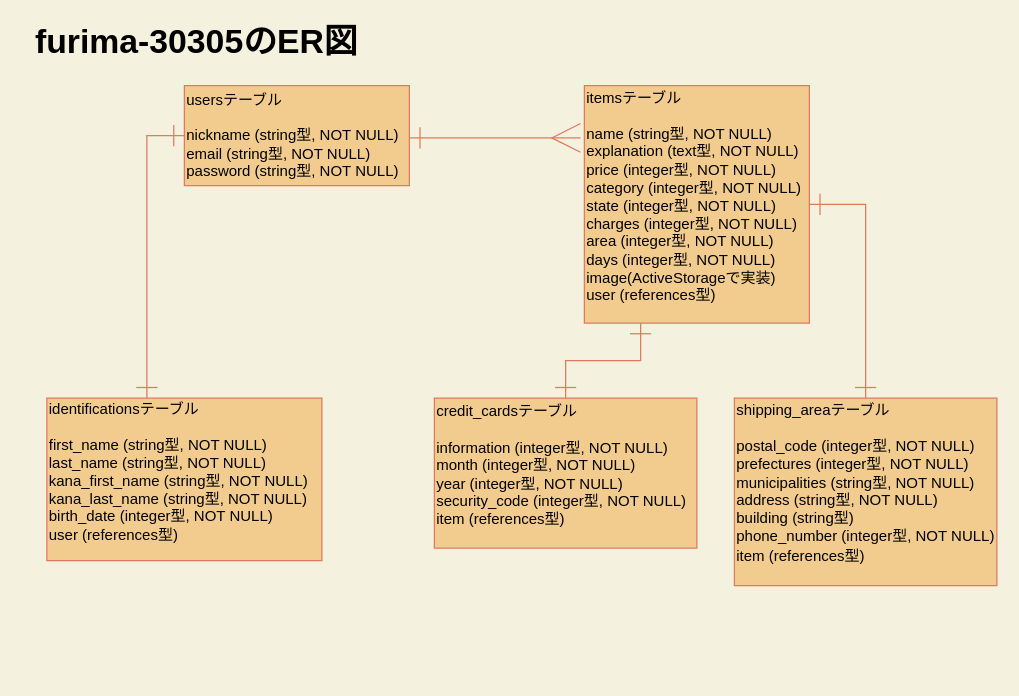
Above: test.dio in marmite334/furima-30305 (draw.io), before the change. Source tidied: cells renumbered, new cells numbered last; positions are measured from the earlier drawing's top-left corner, leaving out a move shared by most shapes. Both pictures are drawn from the tidied source at 125%, with x=0, y=0 at pixel (21, 22).
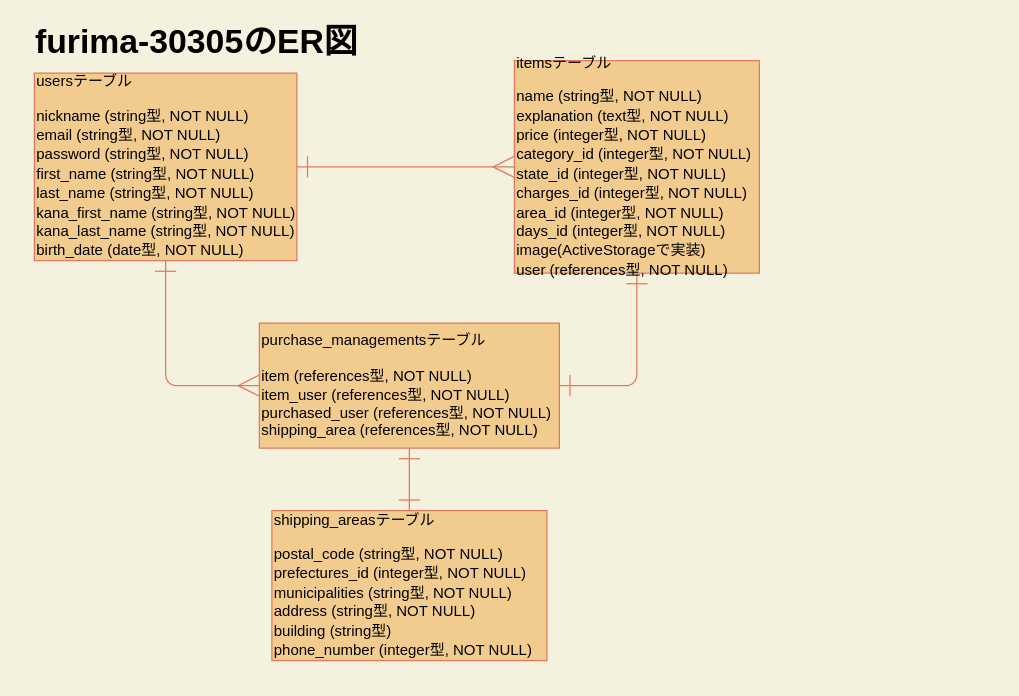
The same diagram, later.

Change to the diagram source:
```diff
@@
 <mxGraphModel background="#F4F1DE">
   <root>
     <mxCell id="0" />
     <mxCell id="1" parent="0" />
     <mxCell id="2" value="&lt;b&gt;&lt;font style=&quot;font-size: 27px&quot;&gt;furima-30305のER図&lt;/font&gt;&lt;/b&gt;" style="text;html=1;strokeColor=none;fillColor=none;align=center;verticalAlign=middle;whiteSpace=wrap;rounded=0;fontColor=#000000;" parent="1" vertex="1">
       <mxGeometry width="280" height="30" as="geometry" />
     </mxCell>
+    <mxCell id="12" style="edgeStyle=orthogonalEdgeStyle;rounded=1;jettySize=auto;html=1;entryX=0;entryY=0.5;entryDx=0;entryDy=0;strokeColor=#E07A5F;fillColor=#F2CC8F;fontColor=#393C56;endArrow=ERmany;endFill=0;startArrow=ERone;startFill=0;endSize=15;startSize=15;exitX=0.5;exitY=1;exitDx=0;exitDy=0;" parent="1" edge="1" source="5" target="15">
+      <mxGeometry relative="1" as="geometry">
+        <Array as="points">
+          <mxPoint x="115" y="290" />
+        </Array>
+      </mxGeometry>
+    </mxCell>
-    <mxCell id="3" style="edgeStyle=orthogonalEdgeStyle;rounded=0;jettySize=auto;html=1;endArrow=ERmany;endFill=0;startArrow=ERone;startFill=0;strokeWidth=1;targetPerimeterSpacing=0;endSize=21;startSize=15;strokeColor=#E07A5F;fontColor=#393C56;entryX=-0.017;entryY=0.22;entryDx=0;entryDy=0;entryPerimeter=0;labelBackgroundColor=#F4F1DE;" parent="1" edge="1" source="5" target="8">
-      <mxGeometry relative="1" as="geometry">
-        <Array as="points">
-          <mxPoint x="310" y="95" />
-        </Array>
-      </mxGeometry>
+    <mxCell id="3" style="edgeStyle=orthogonalEdgeStyle;rounded=1;jettySize=auto;html=1;entryX=0;entryY=0.5;entryDx=0;entryDy=0;startArrow=ERone;startFill=0;startSize=15;endArrow=ERmany;endFill=0;endSize=15;strokeColor=#E07A5F;fillColor=#F2CC8F;fontColor=#393C56;" parent="1" edge="1" source="5" target="8">
+      <mxGeometry relative="1" as="geometry" />
     </mxCell>
-    <mxCell id="4" style="edgeStyle=orthogonalEdgeStyle;rounded=0;jettySize=auto;html=1;startArrow=ERone;startFill=0;startSize=15;endArrow=ERone;endFill=0;endSize=15;targetPerimeterSpacing=0;strokeWidth=1;strokeColor=#E07A5F;fontColor=#393C56;labelBackgroundColor=#F4F1DE;" parent="1" edge="1" source="5" target="9">
-      <mxGeometry relative="1" as="geometry">
-        <Array as="points">
-          <mxPoint x="100" y="90" />
-        </Array>
-      </mxGeometry>
-    </mxCell>
-    <mxCell id="5" value="&lt;span style=&quot;color: rgb(0 , 0 , 0)&quot;&gt;usersテーブル&lt;br&gt;&lt;/span&gt;&lt;br&gt;&lt;span style=&quot;color: rgb(0 , 0 , 0)&quot;&gt;nickname (string型, NOT NULL)&lt;/span&gt;&lt;br&gt;&lt;span style=&quot;color: rgb(0 , 0 , 0)&quot;&gt;email&amp;nbsp;(string型, NOT NULL)&lt;br&gt;&lt;/span&gt;&lt;span style=&quot;color: rgb(0 , 0 , 0)&quot;&gt;password&amp;nbsp;(string型, NOT NULL)&lt;/span&gt;&lt;span style=&quot;color: rgb(0 , 0 , 0)&quot;&gt;&lt;br&gt;&lt;/span&gt;" style="rounded=0;whiteSpace=wrap;html=1;align=left;fillColor=#F2CC8F;strokeColor=#E07A5F;fontColor=#393C56;" parent="1" vertex="1">
-      <mxGeometry x="130" y="50" width="180" height="80" as="geometry" />
+    <mxCell id="5" value="&lt;pre&gt;&lt;span style=&quot;color: rgb(0 , 0 , 0)&quot;&gt;&lt;font face=&quot;Helvetica&quot;&gt;usersテーブル&lt;/font&gt;&lt;/span&gt;&lt;/pre&gt;&lt;pre&gt;&lt;font face=&quot;Helvetica&quot;&gt;&lt;span style=&quot;color: rgb(0 , 0 , 0)&quot;&gt;nickname (string型, NOT NULL)&lt;br&gt;&lt;/span&gt;&lt;span style=&quot;color: rgb(0 , 0 , 0)&quot;&gt;email&amp;nbsp;(string型, NOT NULL)&lt;br&gt;&lt;/span&gt;&lt;span style=&quot;color: rgb(0 , 0 , 0)&quot;&gt;password&amp;nbsp;(string型, NOT NULL)&lt;br&gt;&lt;/span&gt;&lt;span style=&quot;color: rgb(0 , 0 , 0)&quot;&gt;first_name (string型, NOT NULL)&lt;br&gt;&lt;/span&gt;&lt;span style=&quot;color: rgb(0 , 0 , 0)&quot;&gt;last_name (string型, NOT NULL)&lt;br&gt;&lt;/span&gt;&lt;span style=&quot;color: rgb(0 , 0 , 0)&quot;&gt;kana_first_name (string型, NOT NULL)&lt;br&gt;&lt;/span&gt;&lt;span style=&quot;color: rgb(0 , 0 , 0)&quot;&gt;kana_last_name (string型, NOT NULL)&lt;br&gt;&lt;/span&gt;&lt;span style=&quot;color: rgb(0 , 0 , 0)&quot;&gt;birth_date (date型, NOT NULL)&lt;/span&gt;&lt;/font&gt;&lt;br&gt;&lt;/pre&gt;&lt;blockquote style=&quot;border: none ; margin: 0px 0px 0px 40px ; padding: 0px&quot;&gt;&lt;/blockquote&gt;&lt;blockquote style=&quot;border: none ; margin: 0px 0px 0px 40px ; padding: 0px&quot;&gt;&lt;/blockquote&gt;&lt;blockquote style=&quot;border: none ; margin: 0px 0px 0px 40px ; padding: 0px&quot;&gt;&lt;/blockquote&gt;&lt;blockquote style=&quot;border: none ; margin: 0px 0px 0px 40px ; padding: 0px&quot;&gt;&lt;/blockquote&gt;" style="rounded=0;whiteSpace=wrap;html=1;align=left;fillColor=#F2CC8F;strokeColor=#E07A5F;fontColor=#393C56;" parent="1" vertex="1">
+      <mxGeometry x="10" y="40" width="210" height="150" as="geometry" />
     </mxCell>
-    <mxCell id="6" style="edgeStyle=orthogonalEdgeStyle;rounded=0;jettySize=auto;html=1;exitX=0.25;exitY=1;exitDx=0;exitDy=0;entryX=0.5;entryY=0;entryDx=0;entryDy=0;startArrow=ERone;startFill=0;startSize=15;endArrow=ERone;endFill=0;endSize=15;targetPerimeterSpacing=0;strokeWidth=1;strokeColor=#E07A5F;fontColor=#393C56;labelBackgroundColor=#F4F1DE;" parent="1" edge="1" source="8" target="10">
-      <mxGeometry relative="1" as="geometry" />
-    </mxCell>
-    <mxCell id="7" style="edgeStyle=orthogonalEdgeStyle;rounded=0;jettySize=auto;html=1;exitX=1;exitY=0.5;exitDx=0;exitDy=0;entryX=0.5;entryY=0;entryDx=0;entryDy=0;startArrow=ERone;startFill=0;startSize=15;endArrow=ERone;endFill=0;endSize=15;targetPerimeterSpacing=0;strokeWidth=1;strokeColor=#E07A5F;fontColor=#393C56;labelBackgroundColor=#F4F1DE;" parent="1" edge="1" source="8" target="11">
-      <mxGeometry relative="1" as="geometry" />
-    </mxCell>
+    <mxCell id="13" style="edgeStyle=orthogonalEdgeStyle;rounded=1;jettySize=auto;html=1;exitX=0.5;exitY=1;exitDx=0;exitDy=0;entryX=1;entryY=0.5;entryDx=0;entryDy=0;startArrow=ERone;startFill=0;startSize=15;endArrow=ERone;endFill=0;endSize=15;strokeColor=#E07A5F;fillColor=#F2CC8F;fontColor=#393C56;" parent="1" edge="1" source="8" target="15">
+      <mxGeometry relative="1" as="geometry">
+        <Array as="points">
+          <mxPoint x="492" y="290" />
+        </Array>
+      </mxGeometry>
+    </mxCell>
-    <mxCell id="8" value="&lt;span style=&quot;color: rgb(0 , 0 , 0)&quot;&gt;itemsテーブル&lt;br&gt;&lt;/span&gt;&lt;br&gt;&lt;span style=&quot;color: rgb(0 , 0 , 0)&quot;&gt;name (string型, NOT NULL)&lt;/span&gt;&lt;br&gt;&lt;span style=&quot;color: rgb(0 , 0 , 0)&quot;&gt;explanation (text型, NOT NULL)&lt;/span&gt;&lt;br&gt;&lt;span style=&quot;color: rgb(0 , 0 , 0)&quot;&gt;price (integer型, NOT NULL)&lt;/span&gt;&lt;br&gt;&lt;span style=&quot;color: rgb(0 , 0 , 0)&quot;&gt;category (integer型, NOT NULL)&lt;/span&gt;&lt;br&gt;&lt;span style=&quot;color: rgb(0 , 0 , 0)&quot;&gt;state (integer型, NOT NULL)&lt;/span&gt;&lt;br&gt;&lt;span style=&quot;color: rgb(0 , 0 , 0)&quot;&gt;charges (integer型, NOT NULL)&lt;/span&gt;&lt;br&gt;&lt;span style=&quot;color: rgb(0 , 0 , 0)&quot;&gt;area (integer型, NOT NULL)&lt;/span&gt;&lt;br&gt;&lt;span style=&quot;color: rgb(0 , 0 , 0)&quot;&gt;days (integer型, NOT NULL)&lt;/span&gt;&lt;br&gt;&lt;span style=&quot;color: rgb(0 , 0 , 0)&quot;&gt;image(ActiveStorageで実装&lt;/span&gt;&lt;span style=&quot;color: rgb(0 , 0 , 0)&quot;&gt;)&lt;/span&gt;&lt;br&gt;&lt;div&gt;&lt;font color=&quot;#000000&quot;&gt;user (references型)&lt;/font&gt;&lt;/div&gt;&lt;p style=&quot;line-height: 18px&quot;&gt;&lt;/p&gt;&lt;p&gt;&lt;/p&gt;" style="rounded=0;whiteSpace=wrap;html=1;align=left;fillColor=#F2CC8F;strokeColor=#E07A5F;fontColor=#393C56;" parent="1" vertex="1">
-      <mxGeometry x="450" y="50" width="180" height="190" as="geometry" />
+    <mxCell id="8" value="&lt;pre&gt;&lt;span style=&quot;color: rgb(0 , 0 , 0)&quot;&gt;&lt;font face=&quot;Helvetica&quot;&gt;itemsテーブル&lt;/font&gt;&lt;/span&gt;&lt;/pre&gt;&lt;pre&gt;&lt;font face=&quot;Helvetica&quot;&gt;&lt;span style=&quot;color: rgb(0 , 0 , 0)&quot;&gt;name (string型, NOT NULL)&lt;br&gt;&lt;/span&gt;&lt;span style=&quot;color: rgb(0 , 0 , 0)&quot;&gt;explanation (text型, NOT NULL)&lt;br&gt;&lt;/span&gt;&lt;span style=&quot;color: rgb(0 , 0 , 0)&quot;&gt;price (integer型, NOT NULL)&lt;br&gt;&lt;/span&gt;&lt;span style=&quot;color: rgb(0 , 0 , 0)&quot;&gt;category_id (integer型, NOT NULL)&lt;br&gt;&lt;/span&gt;&lt;span style=&quot;color: rgb(0 , 0 , 0)&quot;&gt;state_id (integer型, NOT NULL)&lt;br&gt;&lt;/span&gt;&lt;span style=&quot;color: rgb(0 , 0 , 0)&quot;&gt;charges_id (integer型, NOT NULL)&lt;br&gt;&lt;/span&gt;&lt;span style=&quot;color: rgb(0 , 0 , 0)&quot;&gt;area_id (integer型, NOT NULL)&lt;br&gt;&lt;/span&gt;&lt;span style=&quot;color: rgb(0 , 0 , 0)&quot;&gt;days_id (integer型, NOT NULL)&lt;br&gt;&lt;/span&gt;&lt;span style=&quot;color: rgb(0 , 0 , 0)&quot;&gt;image(ActiveStorageで実装&lt;/span&gt;&lt;span style=&quot;color: rgb(0 , 0 , 0)&quot;&gt;)&lt;br&gt;&lt;/span&gt;&lt;font color=&quot;#000000&quot;&gt;user (references型, NOT NULL)&lt;/font&gt;&lt;/font&gt;&lt;/pre&gt;&lt;p style=&quot;line-height: 18px&quot;&gt;&lt;/p&gt;&lt;p&gt;&lt;/p&gt;" style="rounded=0;whiteSpace=wrap;html=1;align=left;fillColor=#F2CC8F;strokeColor=#E07A5F;fontColor=#393C56;" parent="1" vertex="1">
+      <mxGeometry x="394" y="30" width="196" height="170" as="geometry" />
     </mxCell>
-    <mxCell id="9" value="&lt;blockquote style=&quot;margin: 0 0 0 40px ; border: none ; padding: 0px&quot;&gt;&lt;/blockquote&gt;&lt;span style=&quot;color: rgb(0 , 0 , 0)&quot;&gt;identificationsテーブル&lt;br&gt;&lt;/span&gt;&lt;br&gt;&lt;blockquote style=&quot;margin: 0 0 0 40px ; border: none ; padding: 0px&quot;&gt;&lt;/blockquote&gt;&lt;span style=&quot;color: rgb(0 , 0 , 0)&quot;&gt;first_name (string型, NOT NULL)&lt;/span&gt;&lt;br&gt;&lt;blockquote style=&quot;margin: 0 0 0 40px ; border: none ; padding: 0px&quot;&gt;&lt;/blockquote&gt;&lt;span style=&quot;color: rgb(0 , 0 , 0)&quot;&gt;last_name (string型, NOT NULL)&lt;/span&gt;&lt;br&gt;&lt;blockquote style=&quot;margin: 0 0 0 40px ; border: none ; padding: 0px&quot;&gt;&lt;/blockquote&gt;&lt;span style=&quot;color: rgb(0 , 0 , 0)&quot;&gt;kana_first_name (string型, NOT NULL)&lt;/span&gt;&lt;br&gt;&lt;blockquote style=&quot;margin: 0 0 0 40px ; border: none ; padding: 0px&quot;&gt;&lt;/blockquote&gt;&lt;span style=&quot;color: rgb(0 , 0 , 0)&quot;&gt;kana_last_name (string型, NOT NULL)&lt;/span&gt;&lt;br&gt;&lt;blockquote style=&quot;margin: 0 0 0 40px ; border: none ; padding: 0px&quot;&gt;&lt;/blockquote&gt;&lt;span style=&quot;color: rgb(0 , 0 , 0)&quot;&gt;birth_date (integer型, NOT NULL)&lt;br&gt;&lt;/span&gt;&lt;span style=&quot;color: rgb(0 , 0 , 0)&quot;&gt;user (references型)&lt;/span&gt;&lt;span style=&quot;color: rgb(0 , 0 , 0)&quot;&gt;&lt;br&gt;&lt;/span&gt;&lt;p style=&quot;line-height: 18px&quot;&gt;&lt;/p&gt;&lt;p&gt;&lt;/p&gt;&lt;p&gt;&lt;/p&gt;&lt;p&gt;&lt;/p&gt;" style="rounded=0;whiteSpace=wrap;html=1;align=left;fillColor=#F2CC8F;strokeColor=#E07A5F;fontColor=#393C56;" parent="1" vertex="1">
-      <mxGeometry x="20" y="300" width="220" height="130" as="geometry" />
-    </mxCell>
-    <mxCell id="10" value="&lt;blockquote style=&quot;margin: 0 0 0 40px ; border: none ; padding: 0px&quot;&gt;&lt;/blockquote&gt;&lt;font color=&quot;#000000&quot;&gt;credit_cardsテーブル&lt;br&gt;&lt;br&gt;&lt;/font&gt;&lt;blockquote style=&quot;margin: 0 0 0 40px ; border: none ; padding: 0px&quot;&gt;&lt;/blockquote&gt;&lt;font color=&quot;#000000&quot;&gt;information (integer型, NOT NULL)&lt;br&gt;&lt;/font&gt;&lt;blockquote style=&quot;margin: 0 0 0 40px ; border: none ; padding: 0px&quot;&gt;&lt;/blockquote&gt;&lt;font color=&quot;#000000&quot;&gt;month (integer型, NOT NULL)&lt;br&gt;&lt;/font&gt;&lt;blockquote style=&quot;margin: 0 0 0 40px ; border: none ; padding: 0px&quot;&gt;&lt;/blockquote&gt;&lt;font color=&quot;#000000&quot;&gt;year (integer型, NOT NULL)&lt;br&gt;&lt;/font&gt;&lt;blockquote style=&quot;margin: 0 0 0 40px ; border: none ; padding: 0px&quot;&gt;&lt;/blockquote&gt;&lt;font color=&quot;#000000&quot;&gt;security_code (integer型, NOT NULL)&lt;br&gt;item (references型)&lt;/font&gt;&lt;span style=&quot;color: rgb(0 , 0 , 0)&quot;&gt;&lt;br&gt;&lt;/span&gt;&lt;p style=&quot;line-height: 18px&quot;&gt;&lt;/p&gt;&lt;p&gt;&lt;/p&gt;&lt;p&gt;&lt;/p&gt;&lt;p&gt;&lt;/p&gt;&lt;p&gt;&lt;/p&gt;&lt;p&gt;&lt;/p&gt;&lt;p&gt;&lt;/p&gt;&lt;p&gt;&lt;/p&gt;" style="rounded=0;whiteSpace=wrap;html=1;align=left;fillColor=#F2CC8F;strokeColor=#E07A5F;fontColor=#393C56;" parent="1" vertex="1">
-      <mxGeometry x="330" y="300" width="210" height="120" as="geometry" />
-    </mxCell>
-    <mxCell id="11" value="&lt;span style=&quot;color: rgb(0 , 0 , 0)&quot;&gt;shipping_areaテーブル&lt;br&gt;&lt;/span&gt;&lt;br&gt;&lt;span style=&quot;color: rgb(0 , 0 , 0)&quot;&gt;postal_code (integer型, NOT NULL)&lt;/span&gt;&lt;br&gt;&lt;span style=&quot;color: rgb(0 , 0 , 0)&quot;&gt;prefectures (integer型, NOT NULL)&lt;/span&gt;&lt;br&gt;&lt;span style=&quot;color: rgb(0 , 0 , 0)&quot;&gt;municipalities (string型, NOT NULL)&lt;/span&gt;&lt;br&gt;&lt;span style=&quot;color: rgb(0 , 0 , 0)&quot;&gt;address (string型, NOT NULL)&lt;/span&gt;&lt;br&gt;&lt;span style=&quot;color: rgb(0 , 0 , 0)&quot;&gt;building (string型)&lt;/span&gt;&lt;br&gt;&lt;span style=&quot;color: rgb(0 , 0 , 0)&quot;&gt;phone_number (integer型, NOT NULL)&lt;/span&gt;&lt;br&gt;&lt;div style=&quot;font-weight: normal ; font-size: 12px ; line-height: 18px&quot;&gt;&lt;font color=&quot;#000000&quot;&gt;&lt;div&gt;&lt;span&gt;item (references型)&lt;/span&gt;&lt;/div&gt;&lt;/font&gt;&lt;/div&gt;&lt;div style=&quot;font-weight: normal ; font-size: 12px ; line-height: 18px&quot;&gt;&lt;p&gt;&lt;/p&gt;&lt;p&gt;&lt;/p&gt;&lt;/div&gt;" style="rounded=0;whiteSpace=wrap;html=1;align=left;fillColor=#F2CC8F;strokeColor=#E07A5F;fontColor=#393C56;" parent="1" vertex="1">
-      <mxGeometry x="570" y="300" width="210" height="150" as="geometry" />
+    <mxCell id="11" value="&lt;pre&gt;&lt;span style=&quot;color: rgb(0 , 0 , 0)&quot;&gt;&lt;font face=&quot;Helvetica&quot;&gt;shipping_areasテーブル&lt;/font&gt;&lt;/span&gt;&lt;/pre&gt;&lt;pre&gt;&lt;font face=&quot;Helvetica&quot;&gt;&lt;span style=&quot;color: rgb(0 , 0 , 0)&quot;&gt;postal_code (string型, NOT NULL)&lt;br&gt;&lt;/span&gt;&lt;span style=&quot;color: rgb(0 , 0 , 0)&quot;&gt;prefectures_id (&lt;/span&gt;&lt;span style=&quot;color: rgb(0 , 0 , 0)&quot;&gt;integer型, NOT NULL)&lt;br&gt;&lt;/span&gt;&lt;span style=&quot;color: rgb(0 , 0 , 0)&quot;&gt;municipalities (string型, NOT NULL)&lt;br&gt;&lt;/span&gt;&lt;span style=&quot;color: rgb(0 , 0 , 0)&quot;&gt;address (string型, NOT NULL)&lt;br&gt;&lt;/span&gt;&lt;span style=&quot;color: rgb(0 , 0 , 0)&quot;&gt;building (string型)&lt;br&gt;&lt;/span&gt;&lt;span style=&quot;color: rgb(0 , 0 , 0)&quot;&gt;phone_number (integer型, NOT NULL)&lt;/span&gt;&lt;br&gt;&lt;/font&gt;&lt;/pre&gt;&lt;div style=&quot;font-weight: normal ; font-size: 12px ; line-height: 18px&quot;&gt;&lt;p&gt;&lt;/p&gt;&lt;p&gt;&lt;/p&gt;&lt;/div&gt;" style="rounded=0;whiteSpace=wrap;html=1;align=left;fillColor=#F2CC8F;strokeColor=#E07A5F;fontColor=#393C56;" parent="1" vertex="1">
+      <mxGeometry x="200" y="390" width="220" height="120" as="geometry" />
     </mxCell>
+    <mxCell id="14" style="edgeStyle=orthogonalEdgeStyle;rounded=1;jettySize=auto;html=1;exitX=0.5;exitY=1;exitDx=0;exitDy=0;startArrow=ERone;startFill=0;startSize=15;endArrow=ERone;endFill=0;endSize=15;strokeColor=#E07A5F;fillColor=#F2CC8F;fontColor=#393C56;" parent="1" edge="1" source="15" target="11">
+      <mxGeometry relative="1" as="geometry" />
+    </mxCell>
+    <mxCell id="15" value="&lt;div&gt;&lt;span&gt;purchase_managementsテーブル&lt;/span&gt;&lt;/div&gt;&lt;div&gt;&lt;span&gt;&lt;br&gt;&lt;/span&gt;&lt;/div&gt;&lt;div&gt;&lt;span&gt;item (references型, NOT NULL)&lt;/span&gt;&lt;/div&gt;&lt;div&gt;&lt;span&gt;item_user (references型, NOT NULL)&lt;/span&gt;&lt;/div&gt;&lt;div&gt;&lt;span&gt;purchased_user (references型, NOT NULL)&lt;/span&gt;&lt;/div&gt;&lt;div&gt;&lt;span&gt;shipping_area (references型, NOT NULL)&lt;/span&gt;&lt;/div&gt;" style="rounded=0;whiteSpace=wrap;html=1;sketch=0;strokeColor=#E07A5F;fillColor=#F2CC8F;fontColor=#000000;align=left;" parent="1" vertex="1">
+      <mxGeometry x="190" y="240" width="240" height="100" as="geometry" />
+    </mxCell>
   </root>
 </mxGraphModel>
```
